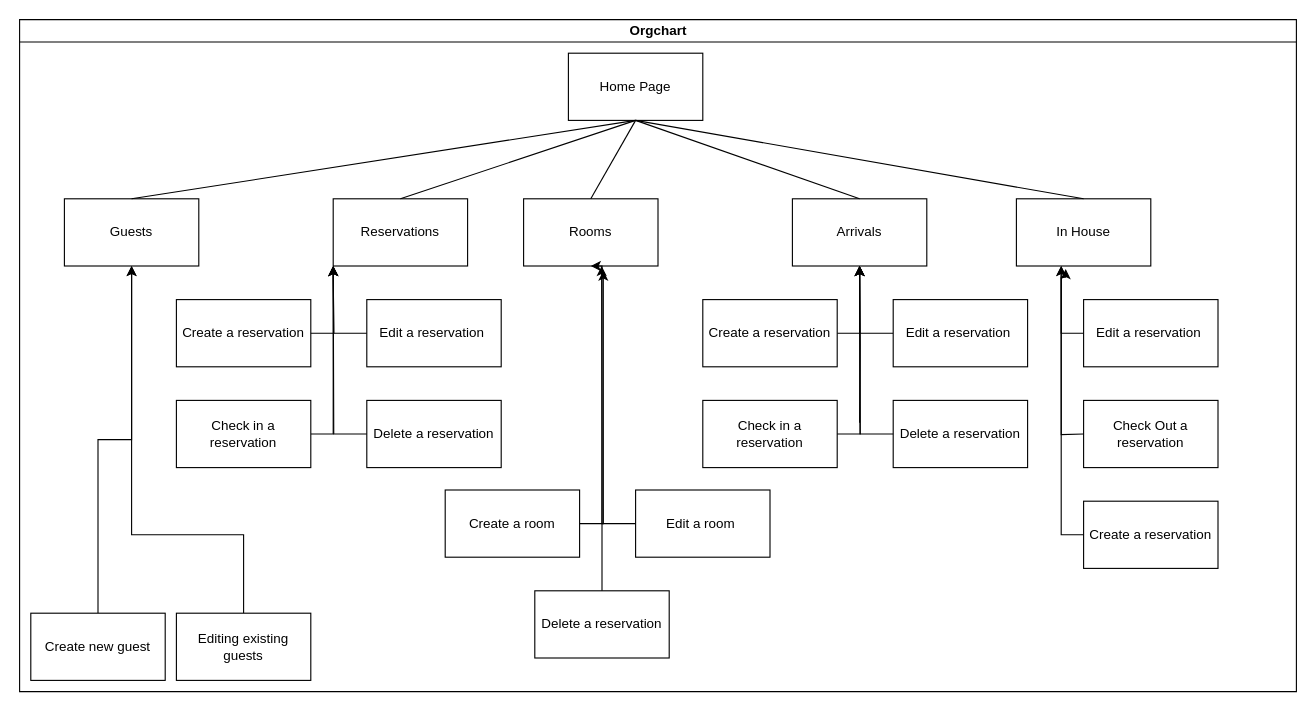
Earlier version of the draw.io diagram UserMap.drawio (selsmie/honest-hotel). Source tidied: cells renumbered, new cells numbered last; positions are measured from the earlier drawing's top-left corner, leaving out a move shared by most shapes. Both pictures are drawn from the tidied source at 112%, with x=0, y=0 at pixel (19, 19).
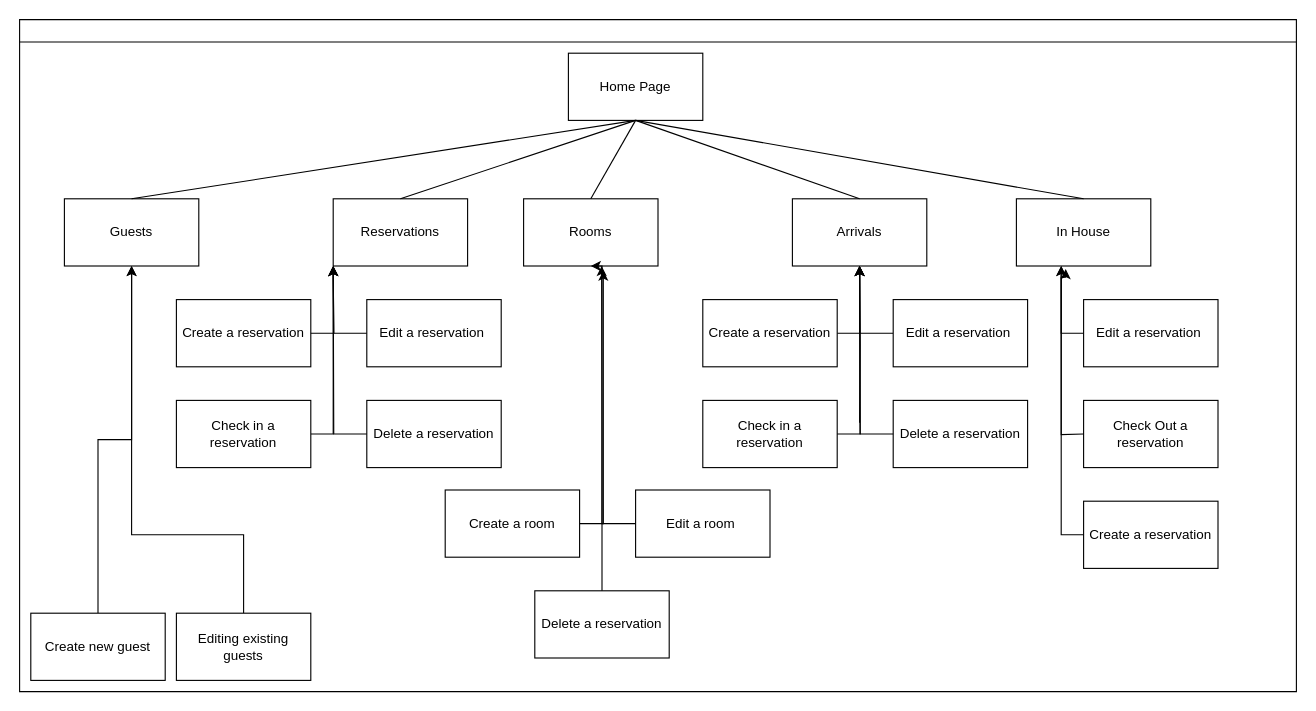
Above is the later version.

What changed in the source:
```diff
@@
-    <mxCell id="2" value="Orgchart" style="swimlane;html=1;startSize=20;horizontal=1;containerType=tree;glass=0;" parent="1" vertex="1">
+    <mxCell id="2" style="swimlane;html=1;startSize=20;horizontal=1;containerType=tree;glass=0;" parent="1" vertex="1">
       <mxGeometry width="1140" height="600" as="geometry" />
     </mxCell>
```
